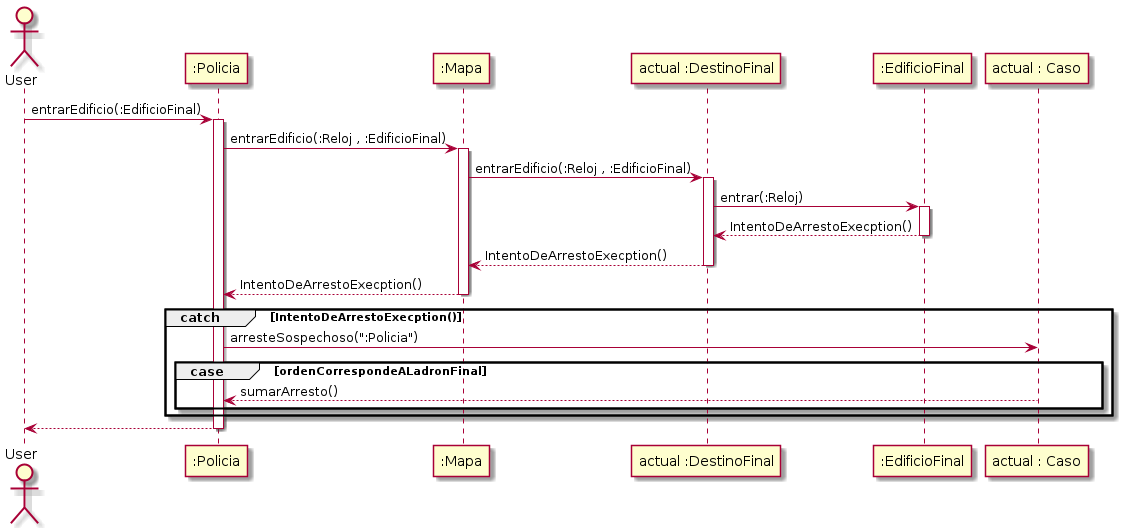
Earlier version of the PlantUML export diagrams/sequences/arrestoDeSospechosoConOrdenSecuencia.png (Nicolas-Bravo/algo3_tp2).
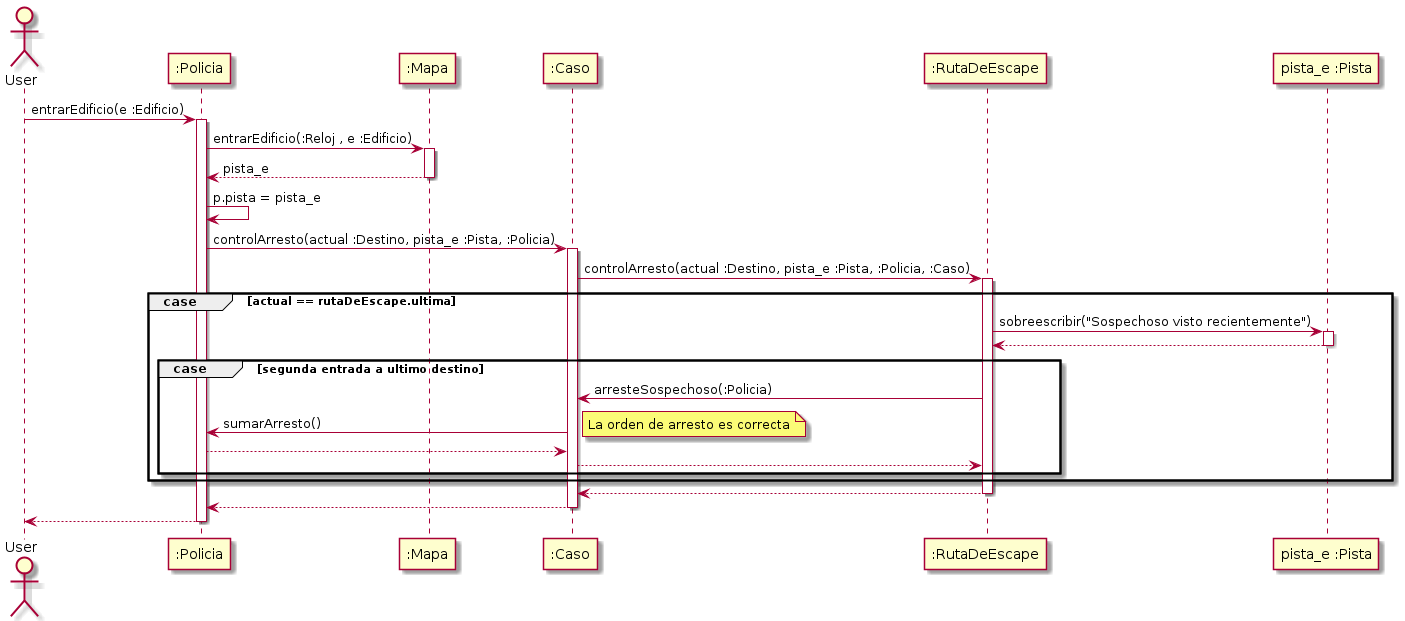
The same file after the commit.

Commit message:
Actualizacion y diagramas

Change to the diagram source:
```diff
@@ -1,40 +1,52 @@
 @startuml
 
 Actor User
-
-User -> ":Policia" : entrarEdificio(:EdificioFinal)
+User -> ":Policia" : entrarEdificio(e :Edificio)
 Activate ":Policia"
 
-":Policia" -> ":Mapa" : entrarEdificio(:Reloj , :EdificioFinal)
+":Policia" -> ":Mapa" : entrarEdificio(:Reloj , e :Edificio)
 activate ":Mapa"
 
-":Mapa" -> "actual :DestinoFinal" : entrarEdificio(:Reloj , :EdificioFinal)
-activate "actual :DestinoFinal"
-
-"actual :DestinoFinal" -> ":EdificioFinal" : entrar(:Reloj)
-activate ":EdificioFinal"
-
-":EdificioFinal" --> "actual :DestinoFinal" : IntentoDeArrestoExecption()
-deactivate ":EdificioFinal"
-
-"actual :DestinoFinal" --> ":Mapa" : IntentoDeArrestoExecption()
-deactivate "actual :DestinoFinal"
-
-":Mapa" --> ":Policia" : IntentoDeArrestoExecption()
+":Mapa" --> ":Policia" : pista_e
 deactivate ":Mapa"
 
-group catch [IntentoDeArrestoExecption()]
+":Policia" -> ":Policia": p.pista = pista_e
 
-    ":Policia" -> "actual : Caso" : arresteSospechoso(":Policia")
+":Policia" -> ":Caso" : controlArresto(actual :Destino, pista_e :Pista, :Policia)
+activate ":Caso"
 
-    group case [ordenCorrespondeALadronFinal]
+":Caso" -> ":RutaDeEscape" : controlArresto(actual :Destino, pista_e :Pista, :Policia, :Caso)
+activate ":RutaDeEscape"
 
-        "actual : Caso" --> ":Policia" : sumarArresto()
+group case [actual == rutaDeEscape.ultima]
+
+    ":RutaDeEscape" -> "pista_e :Pista": sobreescribir("Sospechoso visto recientemente")
+    activate "pista_e :Pista"
+
+    "pista_e :Pista" --> ":RutaDeEscape"
+    deactivate "pista_e :Pista"
+
+    group case [segunda entrada a ultimo destino]
+
+        ":RutaDeEscape" -> ":Caso" : arresteSospechoso(:Policia)
+
+        ":Caso" -> ":Policia" : sumarArresto()
+        note right: La orden de arresto es correcta
+
+        ":Policia" --> ":Caso"
+
+        ":Caso" --> ":RutaDeEscape"
 
     end
 
 end
 
+":RutaDeEscape" --> ":Caso"
+deactivate ":RutaDeEscape"
+
+":Caso" --> ":Policia"
+deactivate ":Caso"
+
 ":Policia" --> User
 deactivate ":Policia"
 
```
